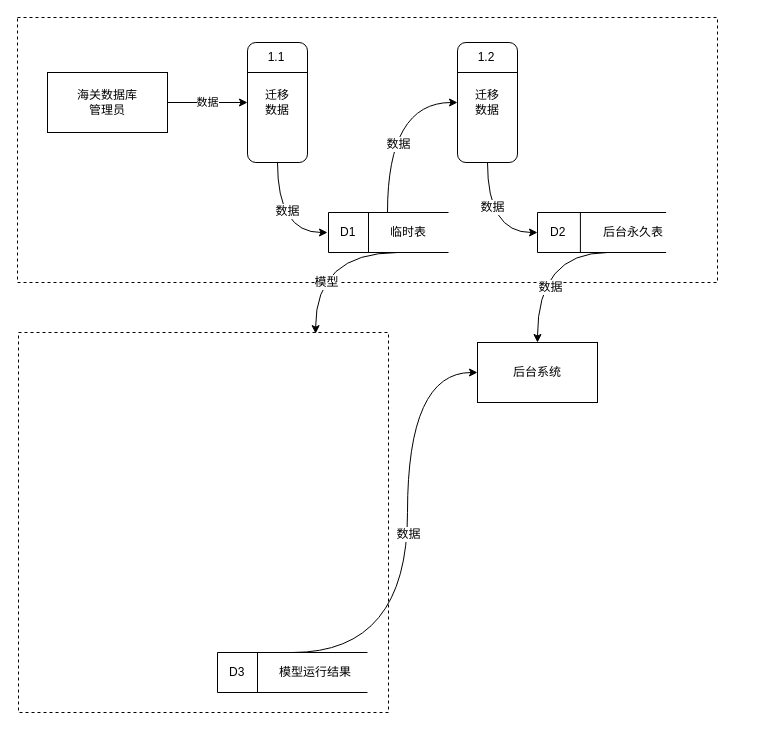
This is 海关项目图表.drawio from zjtone/RL-Note, a draw.io file, before an edit. Source tidied: cells renumbered, new cells numbered last; positions are measured from the earlier drawing's top-left corner, leaving out a move shared by most shapes. Both pictures are drawn from the tidied source at 100%, with x=0, y=0 at pixel (17, 17).
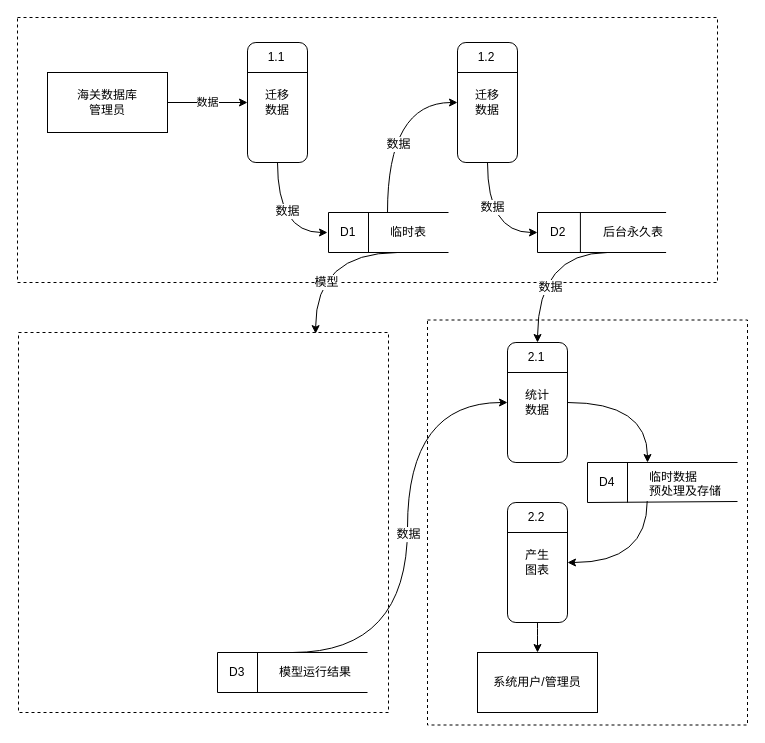
The same page after the edit.

Commit message (it also covers changes not shown here):
更新海关项目图表.drawio

Change to the diagram source:
```diff
@@
+    <mxCell id="47" style="rounded=0;whiteSpace=wrap;html=1;dashed=1;" parent="1" vertex="1">
+      <mxGeometry x="410" y="302.5" width="320" height="405" as="geometry" />
+    </mxCell>
@@
-    <mxCell id="42" style="endArrow=classic;html=1;edgeStyle=orthogonalEdgeStyle;curved=1;" parent="1" edge="1">
+    <mxCell id="42" style="endArrow=classic;html=1;edgeStyle=orthogonalEdgeStyle;curved=1;entryX=0;entryY=0.5;entryDx=0;entryDy=0;" parent="1" edge="1" target="49">
       <mxGeometry relative="1" as="geometry">
         <mxPoint x="275" y="635" as="sourcePoint" />
-        <mxPoint x="460" y="355" as="targetPoint" />
         <Array as="points">
           <mxPoint x="390" y="635" />
-          <mxPoint x="390" y="355" />
+          <mxPoint x="390" y="385" />
         </Array>
       </mxGeometry>
     </mxCell>
@@
-    <mxCell id="44" value="后台系统" style="rounded=0;whiteSpace=wrap;html=1;" parent="1" vertex="1">
-      <mxGeometry x="460" y="325" width="120" height="60" as="geometry" />
-    </mxCell>
-    <mxCell id="45" style="endArrow=classic;html=1;entryX=0.5;entryY=0;entryDx=0;entryDy=0;edgeStyle=orthogonalEdgeStyle;curved=1;" parent="1" edge="1" target="44">
+    <mxCell id="45" style="endArrow=classic;html=1;entryX=0.5;entryY=0;entryDx=0;entryDy=0;edgeStyle=orthogonalEdgeStyle;curved=1;" parent="1" edge="1">
       <mxGeometry relative="1" as="geometry">
         <mxPoint x="590" y="235" as="sourcePoint" />
+        <mxPoint x="520" y="325" as="targetPoint" />
       </mxGeometry>
     </mxCell>
@@
+    <mxCell id="48" style="group;" parent="1" vertex="1">
+      <mxGeometry x="490" y="325" width="60" height="120" as="geometry" />
+    </mxCell>
+    <mxCell id="49" value="统计&lt;br&gt;数据" style="rounded=1;whiteSpace=wrap;html=1;rotation=0;arcSize=14;" parent="48" vertex="1">
+      <mxGeometry width="60" height="120" as="geometry" />
+    </mxCell>
+    <mxCell id="50" style="endArrow=none;html=1;entryX=1;entryY=0.25;entryDx=0;entryDy=0;exitX=0;exitY=0.25;exitDx=0;exitDy=0;" parent="48" edge="1" source="49" target="49">
+      <mxGeometry relative="1" as="geometry" />
+    </mxCell>
+    <mxCell id="51" value="2.1" style="text;html=1;strokeColor=none;fillColor=none;align=center;verticalAlign=middle;whiteSpace=wrap;rounded=0;" parent="48" vertex="1">
+      <mxGeometry x="9" y="5" width="40" height="20" as="geometry" />
+    </mxCell>
+    <mxCell id="52" style="group;" parent="1" vertex="1">
+      <mxGeometry x="570" y="445" width="150" height="40" as="geometry" />
+    </mxCell>
+    <mxCell id="53" style="endArrow=none;html=1;" parent="52" edge="1">
+      <mxGeometry relative="1" as="geometry">
+        <mxPoint as="sourcePoint" />
+        <mxPoint x="150" as="targetPoint" />
+      </mxGeometry>
+    </mxCell>
+    <mxCell id="54" style="endArrow=none;html=1;" parent="52" edge="1">
+      <mxGeometry relative="1" as="geometry">
+        <mxPoint y="40" as="sourcePoint" />
+        <mxPoint x="150" y="39" as="targetPoint" />
+      </mxGeometry>
+    </mxCell>
+    <mxCell id="55" style="endArrow=none;html=1;" parent="52" edge="1">
+      <mxGeometry relative="1" as="geometry">
+        <mxPoint y="40" as="sourcePoint" />
+        <mxPoint as="targetPoint" />
+      </mxGeometry>
+    </mxCell>
+    <mxCell id="56" style="endArrow=none;html=1;" parent="52" edge="1">
+      <mxGeometry relative="1" as="geometry">
+        <mxPoint x="40" y="40" as="sourcePoint" />
+        <mxPoint x="40" as="targetPoint" />
+      </mxGeometry>
+    </mxCell>
+    <mxCell id="57" value="临时数据&lt;br&gt;预处理及存储" style="text;html=1;points=[];align=left;verticalAlign=top;spacingTop=-4;" parent="52" vertex="1">
+      <mxGeometry x="60" y="5" width="90" height="30" as="geometry" />
+    </mxCell>
+    <mxCell id="58" value="D4" style="text;html=1;align=left;verticalAlign=top;spacingTop=-4;" parent="52" vertex="1">
+      <mxGeometry x="10" y="10" width="30" height="20" as="geometry" />
+    </mxCell>
+    <mxCell id="59" style="endArrow=classic;html=1;exitX=1;exitY=0.5;exitDx=0;exitDy=0;edgeStyle=orthogonalEdgeStyle;curved=1;" parent="1" edge="1" source="49">
+      <mxGeometry relative="1" as="geometry">
+        <mxPoint x="630" y="445" as="targetPoint" />
+        <Array as="points">
+          <mxPoint x="630" y="385" />
+        </Array>
+      </mxGeometry>
+    </mxCell>
+    <mxCell id="60" style="group;" parent="1" vertex="1">
+      <mxGeometry x="490" y="485" width="60" height="120" as="geometry" />
+    </mxCell>
+    <mxCell id="61" value="产生&lt;br&gt;图表" style="rounded=1;whiteSpace=wrap;html=1;rotation=0;arcSize=14;" parent="60" vertex="1">
+      <mxGeometry width="60" height="120" as="geometry" />
+    </mxCell>
+    <mxCell id="62" style="endArrow=none;html=1;entryX=1;entryY=0.25;entryDx=0;entryDy=0;exitX=0;exitY=0.25;exitDx=0;exitDy=0;" parent="60" edge="1" source="61" target="61">
+      <mxGeometry relative="1" as="geometry" />
+    </mxCell>
+    <mxCell id="63" value="2.2" style="text;html=1;strokeColor=none;fillColor=none;align=center;verticalAlign=middle;whiteSpace=wrap;rounded=0;" parent="60" vertex="1">
+      <mxGeometry x="9" y="5" width="40" height="20" as="geometry" />
+    </mxCell>
+    <mxCell id="64" style="endArrow=classic;html=1;exitX=-0.003;exitY=1.118;exitDx=0;exitDy=0;exitPerimeter=0;entryX=1;entryY=0.5;entryDx=0;entryDy=0;edgeStyle=orthogonalEdgeStyle;curved=1;" parent="1" edge="1" source="57" target="61">
+      <mxGeometry relative="1" as="geometry">
+        <Array as="points">
+          <mxPoint x="630" y="545" />
+        </Array>
+      </mxGeometry>
+    </mxCell>
+    <mxCell id="65" value="系统用户/管理员" style="rounded=0;whiteSpace=wrap;html=1;" parent="1" vertex="1">
+      <mxGeometry x="460" y="635" width="120" height="60" as="geometry" />
+    </mxCell>
+    <mxCell id="66" style="edgeStyle=orthogonalEdgeStyle;curved=1;rounded=0;jettySize=auto;html=1;exitX=0.5;exitY=1;exitDx=0;exitDy=0;entryX=0.5;entryY=0;entryDx=0;entryDy=0;" parent="1" edge="1" source="61" target="65">
+      <mxGeometry relative="1" as="geometry" />
+    </mxCell>
```
